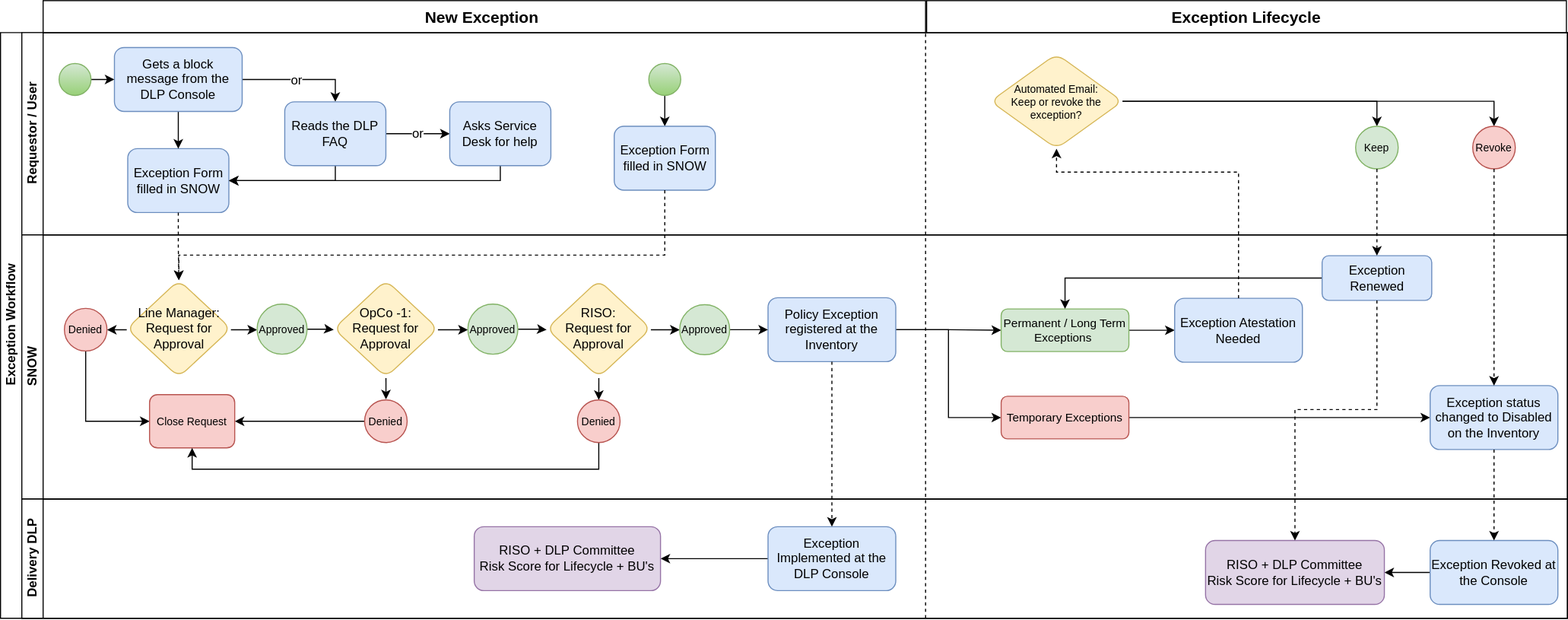
The draw.io diagram Exception_ToBe.svg in jovblopes/Internet-of-Things, before a commit. Source tidied: cells renumbered, new cells last; positions are measured from the earlier drawing's top-left corner, leaving out a move shared by most shapes.
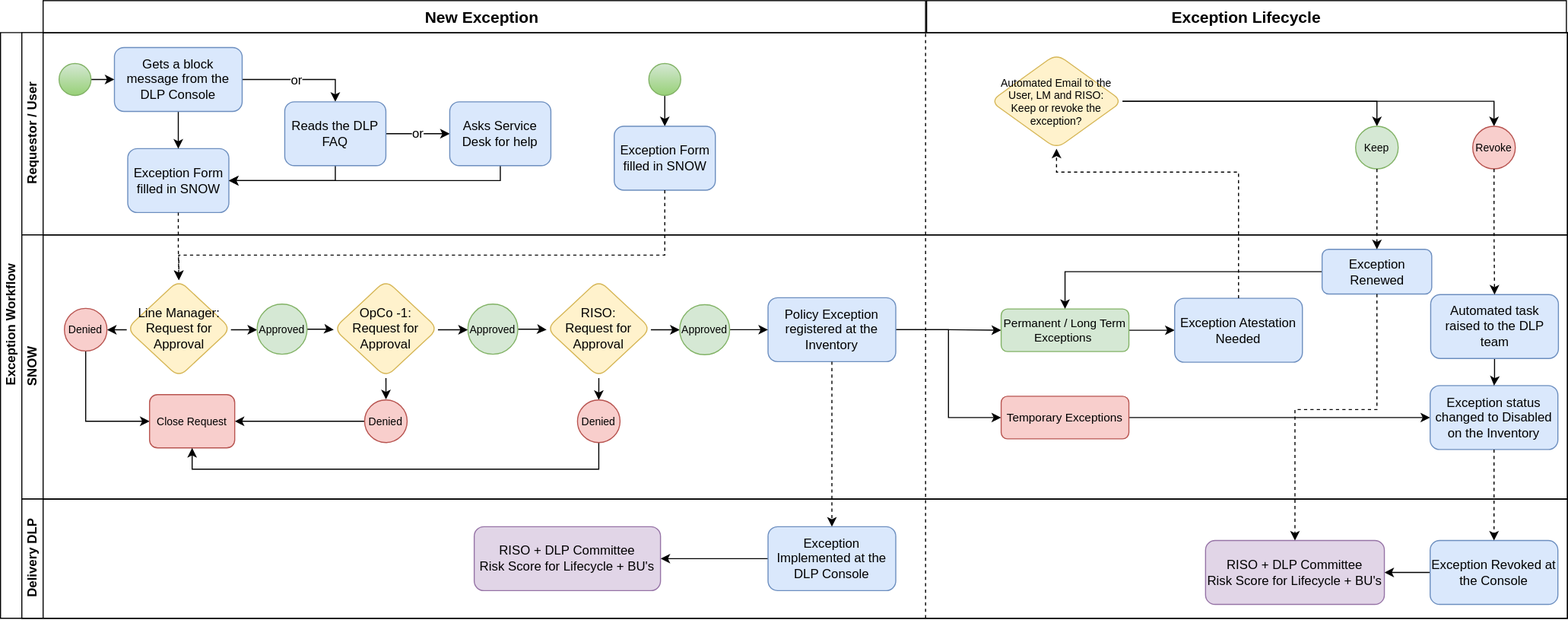
Above is the later version.

The edit, as a diff of the source:
```diff
@@ -34,7 +34,7 @@
         </Array>
       </mxGeometry>
     </mxCell>
-    <mxCell id="10" value="Automated Email:&lt;br&gt;Keep or revoke the exception?" style="rhombus;&#10;rounded=1;whiteSpace=wrap;html=1;fontSize=10;fillColor=#fff2cc;strokeColor=#d6b656;rounded=1;" parent="5" vertex="1">
+    <mxCell id="10" value="Automated Email to the User, LM and RISO:&lt;br&gt;Keep or revoke the exception?" style="rhombus;&#10;rounded=1;whiteSpace=wrap;html=1;fontSize=10;fillColor=#fff2cc;strokeColor=#d6b656;rounded=1;" parent="5" vertex="1">
       <mxGeometry x="910" y="20" width="124" height="89" as="geometry" />
     </mxCell>
     <mxCell id="11" value="Keep" style="ellipse;whiteSpace=wrap;html=1;rounded=1;fontSize=10;fillColor=#d5e8d4;strokeColor=#82b366;" parent="5" vertex="1">
@@ -190,7 +190,7 @@
       <mxGeometry relative="1" as="geometry" />
     </mxCell>
     <mxCell id="53" value="Exception Renewed" style="rounded=1;whiteSpace=wrap;html=1;fontSize=12;fillColor=#dae8fc;strokeColor=#6c8ebf;" parent="27" vertex="1">
-      <mxGeometry x="1221.5" y="19.5" width="103" height="42" as="geometry" />
+      <mxGeometry x="1221.5" y="13.5" width="103" height="42" as="geometry" />
     </mxCell>
     <mxCell id="54" style="edgeStyle=orthogonalEdgeStyle;rounded=0;jettySize=auto;html=1;entryX=0.5;entryY=0;entryDx=0;entryDy=0;fontSize=10;" parent="27" edge="1" target="58">
       <mxGeometry relative="1" as="geometry">
@@ -222,6 +222,12 @@
     <mxCell id="60" value="Approved" style="ellipse;whiteSpace=wrap;html=1;fillColor=#d5e8d4;strokeColor=#82b366;fontSize=10;" parent="27" vertex="1">
       <mxGeometry x="618" y="65.5" width="47" height="47" as="geometry" />
     </mxCell>
+    <mxCell id="78" style="edgeStyle=orthogonalEdgeStyle;rounded=0;jettySize=auto;html=1;entryX=0.5;entryY=0;entryDx=0;entryDy=0;" parent="27" edge="1" source="79" target="51">
+      <mxGeometry relative="1" as="geometry" />
+    </mxCell>
+    <mxCell id="79" value="Automated task raised to the DLP team" style="rounded=1;whiteSpace=wrap;html=1;fontSize=12;fillColor=#dae8fc;strokeColor=#6c8ebf;" parent="27" vertex="1">
+      <mxGeometry x="1323.5" y="56" width="120" height="60" as="geometry" />
+    </mxCell>
     <mxCell id="61" value="Delivery DLP" style="swimlane;html=1;startSize=20;horizontal=0;" parent="4" vertex="1">
       <mxGeometry x="20" y="438" width="1452" height="112" as="geometry" />
     </mxCell>
@@ -243,9 +249,6 @@
     <mxCell id="67" value="RISO + DLP Committee&lt;br style=&quot;font-size: 12px;&quot;&gt;Risk Score for Lifecycle + BU's" style="rounded=1;whiteSpace=wrap;html=1;fontSize=12;fillColor=#e1d5e7;strokeColor=#9673a6;" parent="61" vertex="1">
       <mxGeometry x="425" y="26" width="175" height="60" as="geometry" />
     </mxCell>
-    <mxCell id="68" style="edgeStyle=orthogonalEdgeStyle;rounded=0;jettySize=auto;html=1;entryX=0.5;entryY=0;entryDx=0;entryDy=0;fontSize=10;dashed=1;" parent="4" edge="1" source="12" target="51">
-      <mxGeometry relative="1" as="geometry" />
-    </mxCell>
     <mxCell id="69" style="edgeStyle=orthogonalEdgeStyle;rounded=0;jettySize=auto;html=1;entryX=0.5;entryY=0;entryDx=0;entryDy=0;fontSize=10;dashed=1;" parent="4" edge="1" source="51" target="65">
       <mxGeometry relative="1" as="geometry" />
     </mxCell>
@@ -282,6 +285,9 @@
         </Array>
       </mxGeometry>
     </mxCell>
+    <mxCell id="80" style="edgeStyle=orthogonalEdgeStyle;rounded=0;jettySize=auto;html=1;entryX=0.5;entryY=0;entryDx=0;entryDy=0;dashed=1;" parent="4" edge="1" source="12" target="79">
+      <mxGeometry relative="1" as="geometry" />
+    </mxCell>
     <mxCell id="76" value="New Exception&amp;nbsp;" style="rounded=0;whiteSpace=wrap;html=1;fontSize=15;fontStyle=1;" parent="3" vertex="1">
       <mxGeometry x="40" width="829" height="30" as="geometry" />
     </mxCell>
```
